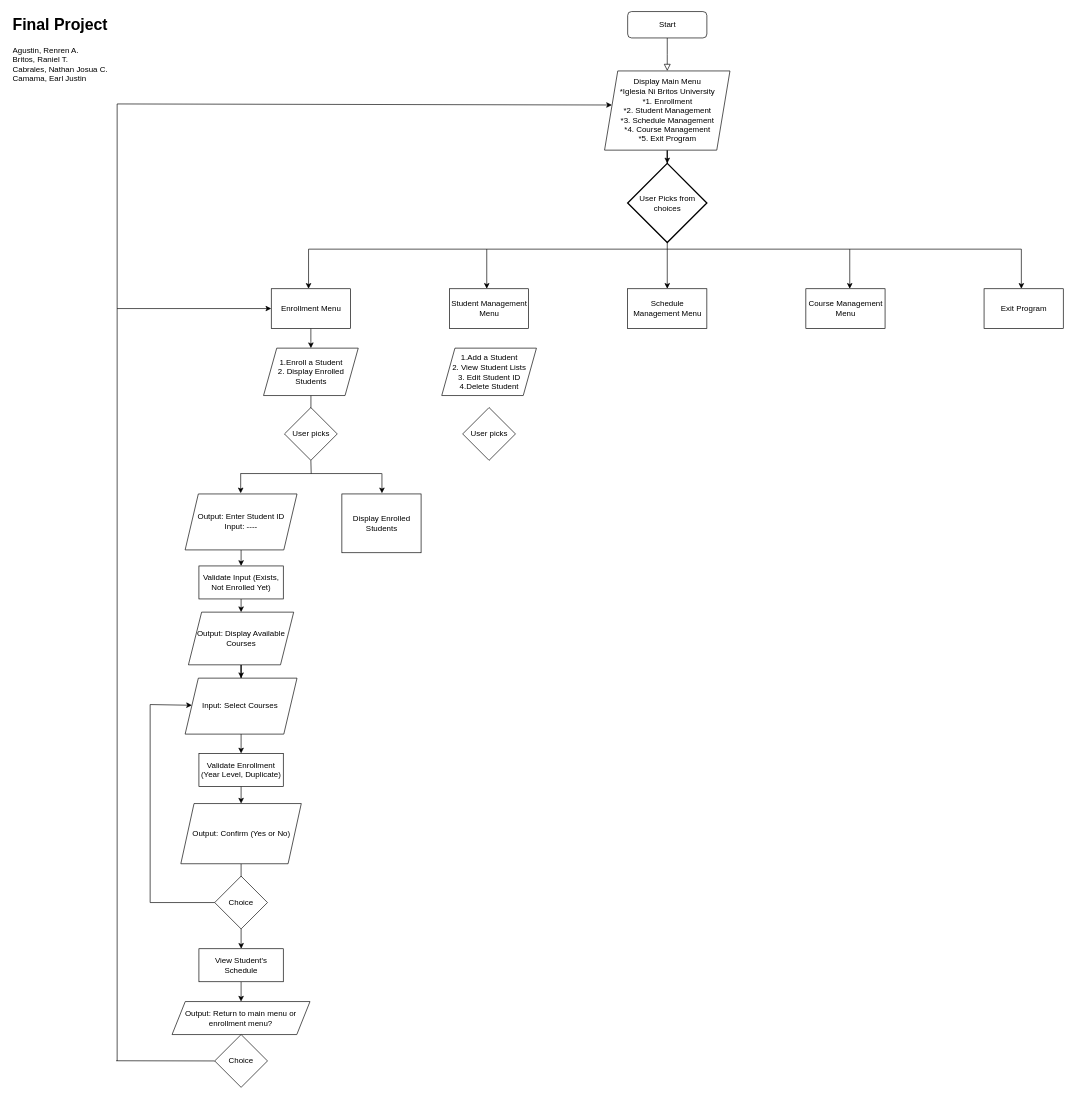
INB-Nathan/CCS0015-FINALS keeps this draw.io diagram as Flowchart.drawio. Above is the earlier version. Source tidied: cells renumbered, new cells numbered last; positions are measured from the earlier drawing's top-left corner, leaving out a move shared by most shapes. Both pictures are drawn from the tidied source at 66%, with x=0, y=0 at pixel (11, 11).
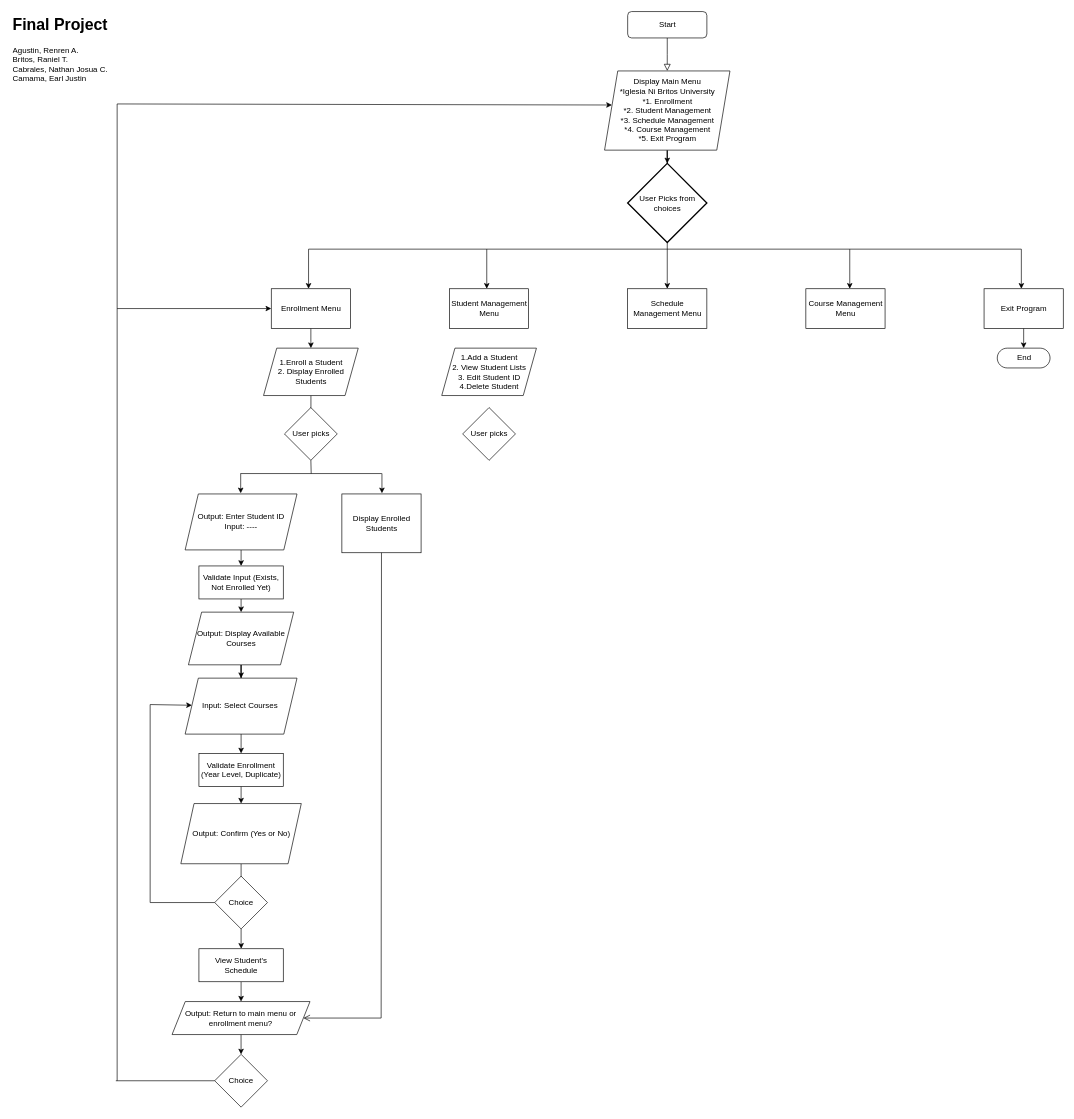
Above is the later version.

Unchanged cells that the change refers to:
```xml
<mxCell id="11" value="Exit Program" style="rounded=0;whiteSpace=wrap;html=1;" parent="1" vertex="1">
  <mxGeometry x="1473.5" y="420" width="120" height="60" as="geometry" />
</mxCell>
<mxCell id="25" value="Display Enrolled Students" style="rounded=0;whiteSpace=wrap;html=1;" parent="1" vertex="1">
  <mxGeometry x="500.5" y="730.9" width="120" height="89.1" as="geometry" />
</mxCell>
<mxCell id="47" value="Output: Return to main menu or enrollment menu?" style="shape=parallelogram;perimeter=parallelogramPerimeter;whiteSpace=wrap;html=1;fixedSize=1;" parent="1" vertex="1">
  <mxGeometry x="243.2" y="1500" width="209" height="50" as="geometry" />
</mxCell>
```

What changed in the source:
```diff
@@
+    <mxCell id="55" style="edgeStyle=none;html=1;" parent="1" edge="1" source="11" target="57">
+      <mxGeometry relative="1" as="geometry" />
+    </mxCell>
@@
+    <mxCell id="56" style="edgeStyle=none;html=1;" parent="1" edge="1" source="47" target="48">
+      <mxGeometry relative="1" as="geometry" />
+    </mxCell>
@@
     <mxCell id="48" value="Choice" style="rhombus;whiteSpace=wrap;html=1;" parent="1" vertex="1">
-      <mxGeometry x="307.8" y="1550" width="80" height="80" as="geometry" />
+      <mxGeometry x="307.8" y="1580" width="80" height="80" as="geometry" />
     </mxCell>
     <mxCell id="49" style="endArrow=none;html=1;rounded=0;entryX=0;entryY=0.5;entryDx=0;entryDy=0;" parent="1" edge="1" target="48">
       <mxGeometry relative="1" as="geometry">
-        <mxPoint x="158.5" y="1589.7" as="sourcePoint" />
+        <mxPoint x="158" y="1620" as="sourcePoint" />
       </mxGeometry>
     </mxCell>
     <mxCell id="50" style="endArrow=none;html=1;rounded=0;" parent="1" edge="1">
       <mxGeometry relative="1" as="geometry">
-        <mxPoint x="160" y="1590" as="sourcePoint" />
+        <mxPoint x="160" y="1620" as="sourcePoint" />
         <mxPoint x="160" y="140" as="targetPoint" />
       </mxGeometry>
     </mxCell>
@@
+    <mxCell id="57" value="End" style="html=1;dashed=0;whitespace=wrap;shape=mxgraph.dfd.start;" parent="1" vertex="1">
+      <mxGeometry x="1493.5" y="510" width="80" height="30" as="geometry" />
+    </mxCell>
+    <mxCell id="58" style="endArrow=none;startArrow=none;endFill=0;startFill=0;endSize=8;html=1;verticalAlign=bottom;labelBackgroundColor=none;strokeWidth=1;exitX=0.5;exitY=1;exitDx=0;exitDy=0;" parent="1" edge="1" source="25">
+      <mxGeometry relative="1" as="geometry">
+        <mxPoint x="560" y="1525" as="targetPoint" />
+      </mxGeometry>
+    </mxCell>
+    <mxCell id="59" style="endArrow=open;startArrow=none;endFill=0;startFill=0;endSize=8;html=1;verticalAlign=bottom;labelBackgroundColor=none;strokeWidth=1;entryX=1;entryY=0.5;entryDx=0;entryDy=0;" parent="1" edge="1" target="47">
+      <mxGeometry relative="1" as="geometry">
+        <mxPoint x="560" y="1525" as="sourcePoint" />
+      </mxGeometry>
+    </mxCell>
```
